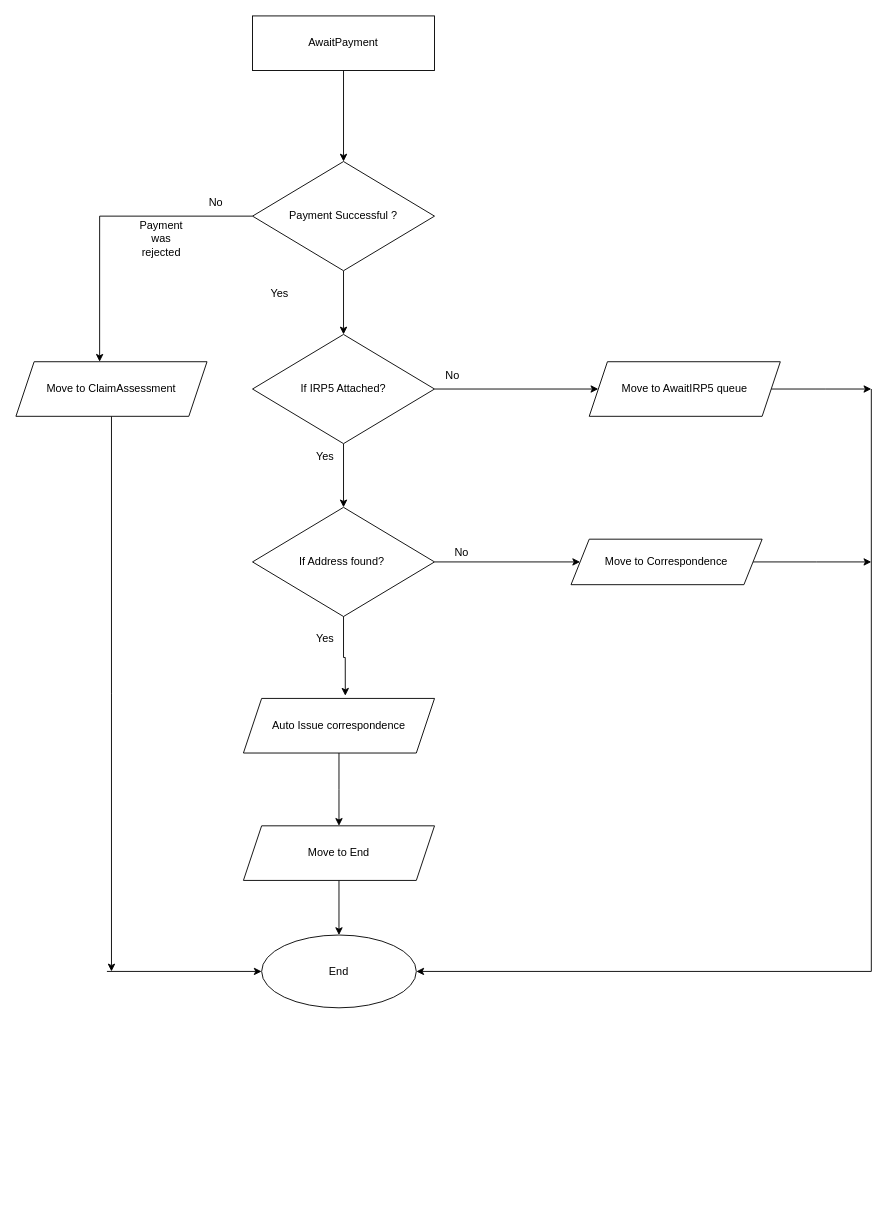
Earlier version of the draw.io diagram CheckEscalatePayment.drawio (SifisoMzansi/architecture-diagrams). Source tidied: cells renumbered, new cells numbered last; positions are measured from the earlier drawing's top-left corner, leaving out a move shared by most shapes. Both pictures are drawn from the tidied source at 91%, with x=0, y=0 at pixel (15, 15).
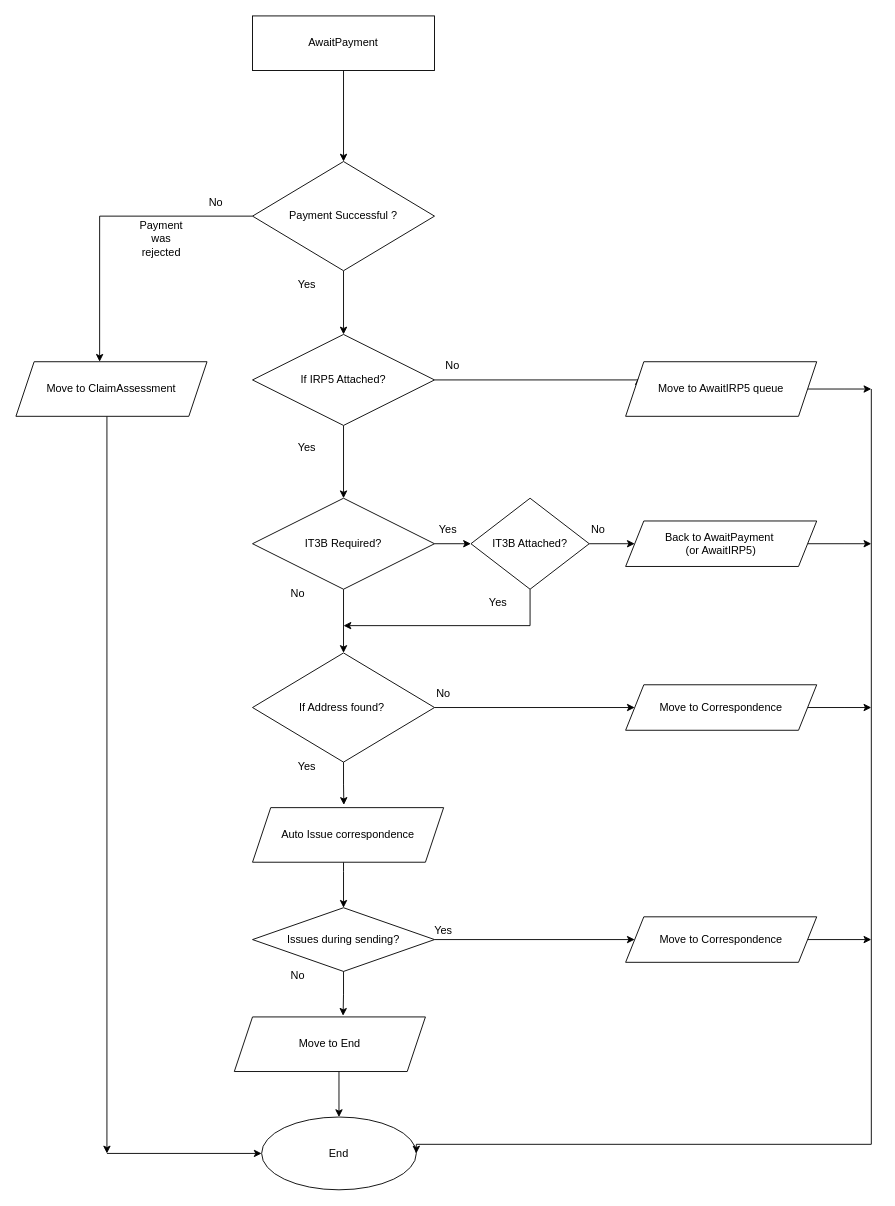
The same diagram, later.

Unchanged cells that the change refers to:
```xml
<mxCell id="23" value="Move to ClaimAssessment" style="shape=parallelogram;perimeter=parallelogramPerimeter;whiteSpace=wrap;html=1;fixedSize=1;" parent="1" vertex="1">
  <mxGeometry y="380" width="210" height="60" as="geometry" />
</mxCell>
```

The edit, as a diff of the source:
```diff
@@
     <mxCell id="7" value="Yes" style="text;html=1;whiteSpace=wrap;strokeColor=none;fillColor=none;align=center;verticalAlign=middle;rounded=0;" parent="1" vertex="1">
-      <mxGeometry x="260" y="290" width="60" height="30" as="geometry" />
+      <mxGeometry x="290" y="280" width="60" height="30" as="geometry" />
     </mxCell>
-    <mxCell id="8" style="edgeStyle=orthogonalEdgeStyle;rounded=0;jettySize=auto;html=1;" parent="1" edge="1" source="10" target="12">
-      <mxGeometry relative="1" as="geometry" />
-    </mxCell>
-    <mxCell id="9" style="edgeStyle=orthogonalEdgeStyle;rounded=0;jettySize=auto;html=1;" parent="1" edge="1" source="10" target="21">
-      <mxGeometry relative="1" as="geometry" />
+    <mxCell id="9" style="edgeStyle=orthogonalEdgeStyle;rounded=0;jettySize=auto;html=1;entryX=0;entryY=0.25;entryDx=0;entryDy=0;" parent="1" edge="1" source="10" target="21">
+      <mxGeometry relative="1" as="geometry">
+        <Array as="points">
+          <mxPoint x="684" y="400" />
+        </Array>
+      </mxGeometry>
     </mxCell>
+    <mxCell id="33" style="edgeStyle=orthogonalEdgeStyle;rounded=0;jettySize=auto;html=1;entryX=0.5;entryY=0;entryDx=0;entryDy=0;" parent="1" edge="1" source="10" target="38">
+      <mxGeometry relative="1" as="geometry" />
+    </mxCell>
     <mxCell id="10" value="If IRP5 Attached?" style="rhombus;whiteSpace=wrap;html=1;" parent="1" vertex="1">
-      <mxGeometry x="260" y="350" width="200" height="120" as="geometry" />
+      <mxGeometry x="260" y="350" width="200" height="100" as="geometry" />
     </mxCell>
@@
     <mxCell id="12" value="If Address found?&amp;nbsp;" style="rhombus;whiteSpace=wrap;html=1;" parent="1" vertex="1">
-      <mxGeometry x="260" y="540" width="200" height="120" as="geometry" />
+      <mxGeometry x="260" y="700" width="200" height="120" as="geometry" />
     </mxCell>
-    <mxCell id="13" style="edgeStyle=orthogonalEdgeStyle;rounded=0;jettySize=auto;html=1;" parent="1" edge="1" source="14">
-      <mxGeometry relative="1" as="geometry">
-        <mxPoint x="355" y="890" as="targetPoint" />
-      </mxGeometry>
-    </mxCell>
+    <mxCell id="34" style="edgeStyle=orthogonalEdgeStyle;rounded=0;jettySize=auto;html=1;entryX=0.5;entryY=0;entryDx=0;entryDy=0;" parent="1" edge="1" source="14" target="50">
+      <mxGeometry relative="1" as="geometry">
+        <Array as="points">
+          <mxPoint x="360" y="940" />
+          <mxPoint x="360" y="940" />
+        </Array>
+      </mxGeometry>
+    </mxCell>
     <mxCell id="14" value="Auto Issue correspondence" style="shape=parallelogram;perimeter=parallelogramPerimeter;whiteSpace=wrap;html=1;fixedSize=1;" parent="1" vertex="1">
-      <mxGeometry x="250" y="750" width="210" height="60" as="geometry" />
+      <mxGeometry x="260" y="870" width="210" height="60" as="geometry" />
     </mxCell>
-    <mxCell id="15" style="edgeStyle=orthogonalEdgeStyle;rounded=0;jettySize=auto;html=1;entryX=0.533;entryY=-0.05;entryDx=0;entryDy=0;entryPerimeter=0;" parent="1" edge="1" source="12" target="14">
-      <mxGeometry relative="1" as="geometry" />
-    </mxCell>
     <mxCell id="16" style="edgeStyle=orthogonalEdgeStyle;rounded=0;jettySize=auto;html=1;entryX=0.5;entryY=0;entryDx=0;entryDy=0;" parent="1" edge="1" source="17" target="18">
-      <mxGeometry relative="1" as="geometry" />
+      <mxGeometry relative="1" as="geometry">
+        <Array as="points">
+          <mxPoint x="355" y="1120" />
+        </Array>
+      </mxGeometry>
     </mxCell>
     <mxCell id="17" value="Move to End" style="shape=parallelogram;perimeter=parallelogramPerimeter;whiteSpace=wrap;html=1;fixedSize=1;" parent="1" vertex="1">
-      <mxGeometry x="250" y="890" width="210" height="60" as="geometry" />
+      <mxGeometry x="240" y="1100" width="210" height="60" as="geometry" />
     </mxCell>
     <mxCell id="18" value="End" style="ellipse;whiteSpace=wrap;html=1;" parent="1" vertex="1">
-      <mxGeometry x="270" y="1010" width="170" height="80" as="geometry" />
+      <mxGeometry x="270" y="1210" width="170" height="80" as="geometry" />
     </mxCell>
     <mxCell id="19" style="edgeStyle=orthogonalEdgeStyle;rounded=0;jettySize=auto;html=1;curved=0;entryX=1;entryY=0.5;entryDx=0;entryDy=0;" parent="1" edge="1" target="18">
       <mxGeometry relative="1" as="geometry">
         <mxPoint x="940" y="410" as="sourcePoint" />
         <Array as="points">
-          <mxPoint x="940" y="1050" />
+          <mxPoint x="940" y="1240" />
+          <mxPoint x="440" y="1240" />
         </Array>
       </mxGeometry>
     </mxCell>
@@
     <mxCell id="21" value="Move to AwaitIRP5 queue" style="shape=parallelogram;perimeter=parallelogramPerimeter;whiteSpace=wrap;html=1;fixedSize=1;" parent="1" vertex="1">
-      <mxGeometry x="630" y="380" width="210" height="60" as="geometry" />
+      <mxGeometry x="670" y="380" width="210" height="60" as="geometry" />
     </mxCell>
     <mxCell id="22" style="edgeStyle=orthogonalEdgeStyle;rounded=0;jettySize=auto;html=1;" parent="1" edge="1" source="23">
       <mxGeometry relative="1" as="geometry">
-        <mxPoint x="105" y="1050" as="targetPoint" />
+        <mxPoint x="100" y="1250" as="targetPoint" />
+        <Array as="points">
+          <mxPoint x="100" y="710" />
+          <mxPoint x="100" y="710" />
+        </Array>
       </mxGeometry>
     </mxCell>
@@
     <mxCell id="25" style="endArrow=classic;html=1;rounded=0;entryX=0;entryY=0.5;entryDx=0;entryDy=0;" parent="1" edge="1" target="18">
       <mxGeometry relative="1" as="geometry">
-        <mxPoint x="100" y="1050" as="sourcePoint" />
+        <mxPoint x="100" y="1250" as="sourcePoint" />
       </mxGeometry>
     </mxCell>
-    <mxCell id="26" value="Yes" style="text;html=1;whiteSpace=wrap;strokeColor=none;fillColor=none;align=center;verticalAlign=middle;rounded=0;" parent="1" vertex="1">
-      <mxGeometry x="310" y="670" width="60" height="30" as="geometry" />
-    </mxCell>
-    <mxCell id="27" style="edgeStyle=orthogonalEdgeStyle;rounded=0;jettySize=auto;html=1;" parent="1" edge="1" source="28">
-      <mxGeometry relative="1" as="geometry">
-        <mxPoint x="940" y="600" as="targetPoint" />
-      </mxGeometry>
-    </mxCell>
+    <mxCell id="35" style="edgeStyle=orthogonalEdgeStyle;rounded=0;jettySize=auto;html=1;" parent="1" edge="1" source="28">
+      <mxGeometry relative="1" as="geometry">
+        <mxPoint x="940" y="760" as="targetPoint" />
+      </mxGeometry>
+    </mxCell>
     <mxCell id="28" value="Move to Correspondence" style="shape=parallelogram;perimeter=parallelogramPerimeter;whiteSpace=wrap;html=1;fixedSize=1;" parent="1" vertex="1">
-      <mxGeometry x="610" y="575" width="210" height="50" as="geometry" />
+      <mxGeometry x="670" y="735" width="210" height="50" as="geometry" />
     </mxCell>
     <mxCell id="29" value="Yes" style="text;html=1;whiteSpace=wrap;strokeColor=none;fillColor=none;align=center;verticalAlign=middle;rounded=0;" parent="1" vertex="1">
-      <mxGeometry x="310" y="470" width="60" height="30" as="geometry" />
+      <mxGeometry x="290" y="460" width="60" height="30" as="geometry" />
     </mxCell>
     <mxCell id="30" value="No" style="text;html=1;whiteSpace=wrap;strokeColor=none;fillColor=none;align=center;verticalAlign=middle;rounded=0;" parent="1" vertex="1">
-      <mxGeometry x="450" y="380" width="60" height="30" as="geometry" />
+      <mxGeometry x="450" y="370" width="60" height="30" as="geometry" />
     </mxCell>
-    <mxCell id="31" value="No" style="text;html=1;whiteSpace=wrap;strokeColor=none;fillColor=none;align=center;verticalAlign=middle;rounded=0;" parent="1" vertex="1">
-      <mxGeometry x="460" y="575" width="60" height="30" as="geometry" />
-    </mxCell>
@@
+    <mxCell id="36" style="edgeStyle=orthogonalEdgeStyle;rounded=0;jettySize=auto;html=1;entryX=0;entryY=0.5;entryDx=0;entryDy=0;" parent="1" edge="1" source="38" target="41">
+      <mxGeometry relative="1" as="geometry" />
+    </mxCell>
+    <mxCell id="37" style="edgeStyle=orthogonalEdgeStyle;rounded=0;jettySize=auto;html=1;entryX=0.5;entryY=0;entryDx=0;entryDy=0;" parent="1" edge="1" source="38" target="12">
+      <mxGeometry relative="1" as="geometry" />
+    </mxCell>
+    <mxCell id="38" value="IT3B Required?" style="rhombus;whiteSpace=wrap;html=1;" parent="1" vertex="1">
+      <mxGeometry x="260" y="530" width="200" height="100" as="geometry" />
+    </mxCell>
+    <mxCell id="39" style="edgeStyle=orthogonalEdgeStyle;rounded=0;jettySize=auto;html=1;entryX=0;entryY=0.5;entryDx=0;entryDy=0;" parent="1" edge="1" source="41" target="46">
+      <mxGeometry relative="1" as="geometry" />
+    </mxCell>
+    <mxCell id="40" style="edgeStyle=orthogonalEdgeStyle;rounded=0;jettySize=auto;html=1;" parent="1" edge="1" source="41">
+      <mxGeometry relative="1" as="geometry">
+        <mxPoint x="360" y="670" as="targetPoint" />
+        <Array as="points">
+          <mxPoint x="565" y="670" />
+        </Array>
+      </mxGeometry>
+    </mxCell>
+    <mxCell id="41" value="IT3B Attached?" style="rhombus;whiteSpace=wrap;html=1;" parent="1" vertex="1">
+      <mxGeometry x="500" y="530" width="130" height="100" as="geometry" />
+    </mxCell>
+    <mxCell id="42" value="No" style="text;html=1;whiteSpace=wrap;strokeColor=none;fillColor=none;align=center;verticalAlign=middle;rounded=0;" parent="1" vertex="1">
+      <mxGeometry x="280" y="620" width="60" height="30" as="geometry" />
+    </mxCell>
+    <mxCell id="43" value="Yes" style="text;html=1;whiteSpace=wrap;strokeColor=none;fillColor=none;align=center;verticalAlign=middle;rounded=0;" parent="1" vertex="1">
+      <mxGeometry x="445" y="550" width="60" height="30" as="geometry" />
+    </mxCell>
+    <mxCell id="44" value="No" style="text;html=1;whiteSpace=wrap;strokeColor=none;fillColor=none;align=center;verticalAlign=middle;rounded=0;" parent="1" vertex="1">
+      <mxGeometry x="440" y="730" width="60" height="30" as="geometry" />
+    </mxCell>
+    <mxCell id="45" style="edgeStyle=orthogonalEdgeStyle;rounded=0;jettySize=auto;html=1;" parent="1" edge="1" source="46">
+      <mxGeometry relative="1" as="geometry">
+        <mxPoint x="940" y="580" as="targetPoint" />
+      </mxGeometry>
+    </mxCell>
+    <mxCell id="46" value="Back to AwaitPayment&amp;nbsp;&lt;div&gt;(or AwaitIRP5)&lt;/div&gt;" style="shape=parallelogram;perimeter=parallelogramPerimeter;whiteSpace=wrap;html=1;fixedSize=1;" parent="1" vertex="1">
+      <mxGeometry x="670" y="555" width="210" height="50" as="geometry" />
+    </mxCell>
+    <mxCell id="47" value="No" style="text;html=1;whiteSpace=wrap;strokeColor=none;fillColor=none;align=center;verticalAlign=middle;rounded=0;" parent="1" vertex="1">
+      <mxGeometry x="610" y="550" width="60" height="30" as="geometry" />
+    </mxCell>
+    <mxCell id="48" value="Yes" style="text;html=1;whiteSpace=wrap;strokeColor=none;fillColor=none;align=center;verticalAlign=middle;rounded=0;" parent="1" vertex="1">
+      <mxGeometry x="500" y="630" width="60" height="30" as="geometry" />
+    </mxCell>
+    <mxCell id="15" style="edgeStyle=orthogonalEdgeStyle;rounded=0;jettySize=auto;html=1;entryX=0.478;entryY=-0.05;entryDx=0;entryDy=0;entryPerimeter=0;" parent="1" edge="1" source="12" target="14">
+      <mxGeometry relative="1" as="geometry" />
+    </mxCell>
+    <mxCell id="49" style="edgeStyle=orthogonalEdgeStyle;rounded=0;jettySize=auto;html=1;" parent="1" edge="1" source="50" target="55">
+      <mxGeometry relative="1" as="geometry" />
+    </mxCell>
+    <mxCell id="50" value="Issues during sending?" style="rhombus;whiteSpace=wrap;html=1;" parent="1" vertex="1">
+      <mxGeometry x="260" y="980" width="200" height="70" as="geometry" />
+    </mxCell>
+    <mxCell id="51" value="Yes" style="text;html=1;whiteSpace=wrap;strokeColor=none;fillColor=none;align=center;verticalAlign=middle;rounded=0;" parent="1" vertex="1">
+      <mxGeometry x="290" y="810" width="60" height="30" as="geometry" />
+    </mxCell>
+    <mxCell id="52" value="No" style="text;html=1;whiteSpace=wrap;strokeColor=none;fillColor=none;align=center;verticalAlign=middle;rounded=0;" parent="1" vertex="1">
+      <mxGeometry x="280" y="1040" width="60" height="30" as="geometry" />
+    </mxCell>
+    <mxCell id="53" style="edgeStyle=orthogonalEdgeStyle;rounded=0;jettySize=auto;html=1;entryX=0.569;entryY=-0.022;entryDx=0;entryDy=0;entryPerimeter=0;" parent="1" edge="1" source="50" target="17">
+      <mxGeometry relative="1" as="geometry" />
+    </mxCell>
+    <mxCell id="54" style="edgeStyle=orthogonalEdgeStyle;rounded=0;jettySize=auto;html=1;" parent="1" edge="1" source="55">
+      <mxGeometry relative="1" as="geometry">
+        <mxPoint x="940" y="1015" as="targetPoint" />
+      </mxGeometry>
+    </mxCell>
+    <mxCell id="55" value="Move to Correspondence" style="shape=parallelogram;perimeter=parallelogramPerimeter;whiteSpace=wrap;html=1;fixedSize=1;" parent="1" vertex="1">
+      <mxGeometry x="670" y="990" width="210" height="50" as="geometry" />
+    </mxCell>
+    <mxCell id="56" value="Yes" style="text;html=1;whiteSpace=wrap;strokeColor=none;fillColor=none;align=center;verticalAlign=middle;rounded=0;" parent="1" vertex="1">
+      <mxGeometry x="440" y="990" width="60" height="30" as="geometry" />
+    </mxCell>
```
